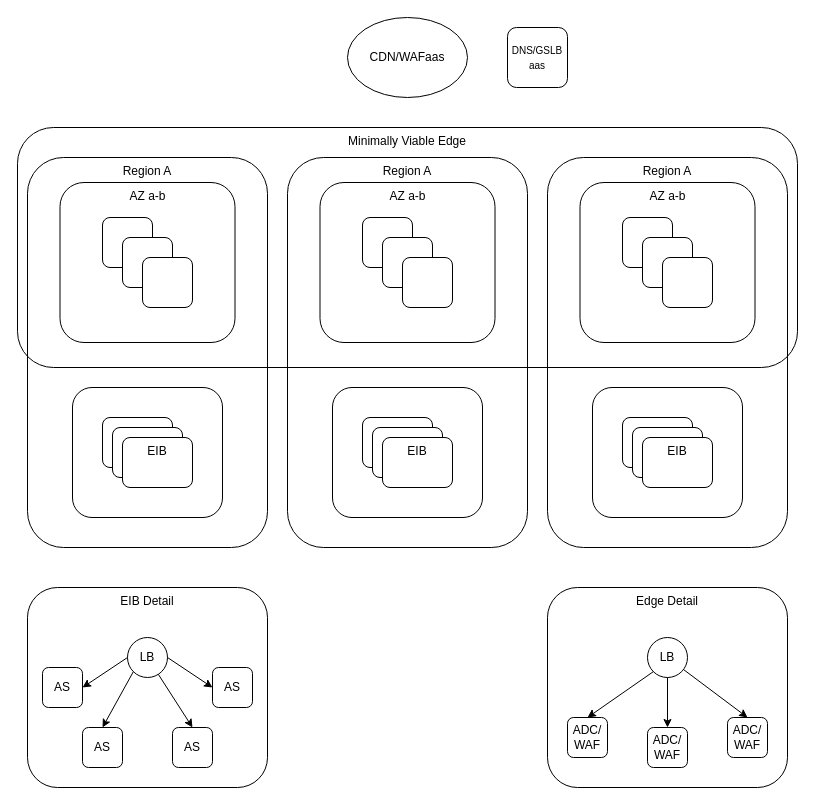
f5devcentral/f2a keeps this draw.io diagram as ARCHITECTURES/modifiedms/modifiedms-general.drawio. Above is the earlier version. Source tidied: cells renumbered, new cells numbered last; positions are measured from the earlier drawing's top-left corner, leaving out a move shared by most shapes. Both pictures are drawn from the tidied source at 100%, with x=0, y=0 at pixel (17, 17).
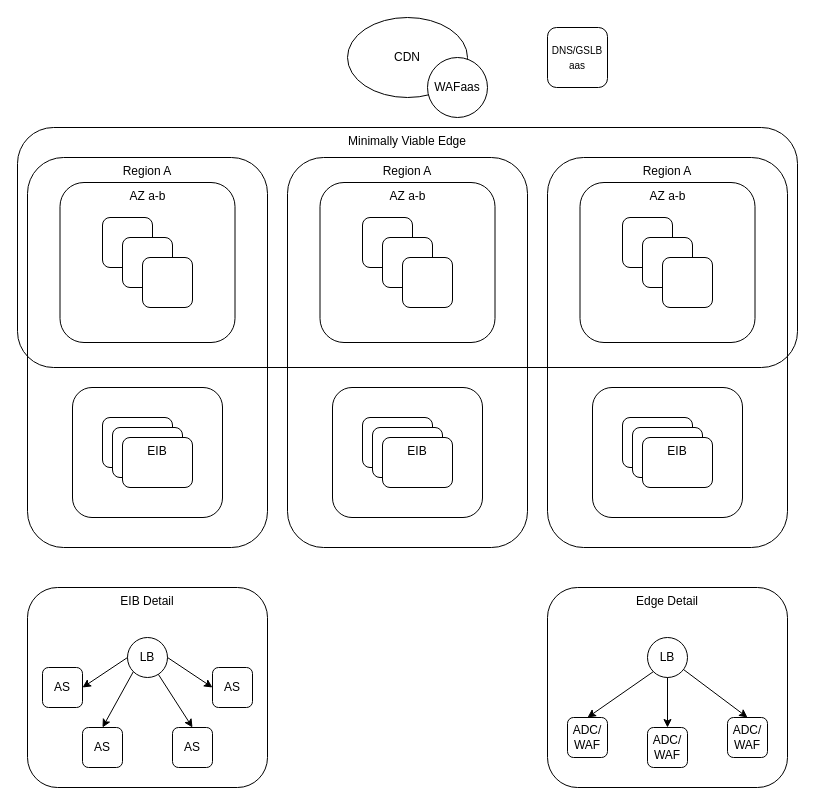
After the change.

What changed in the source:
```diff
@@
-    <mxCell id="2" value="CDN/WAFaas" style="ellipse;whiteSpace=wrap;html=1;" parent="1" vertex="1">
+    <mxCell id="2" value="CDN" style="ellipse;whiteSpace=wrap;html=1;" parent="1" vertex="1">
       <mxGeometry x="330" width="120" height="80" as="geometry" />
     </mxCell>
     <mxCell id="3" value="&lt;font style=&quot;font-size: 10px&quot;&gt;DNS/GSLB&lt;br&gt;aas&lt;br&gt;&lt;/font&gt;" style="rounded=1;whiteSpace=wrap;html=1;" parent="1" vertex="1">
-      <mxGeometry x="490" y="10" width="60" height="60" as="geometry" />
+      <mxGeometry x="530" y="10" width="60" height="60" as="geometry" />
     </mxCell>
@@
+    <mxCell id="64" value="WAFaas" style="ellipse;whiteSpace=wrap;html=1;" parent="1" vertex="1">
+      <mxGeometry x="410" y="40" width="60" height="60" as="geometry" />
+    </mxCell>
```
